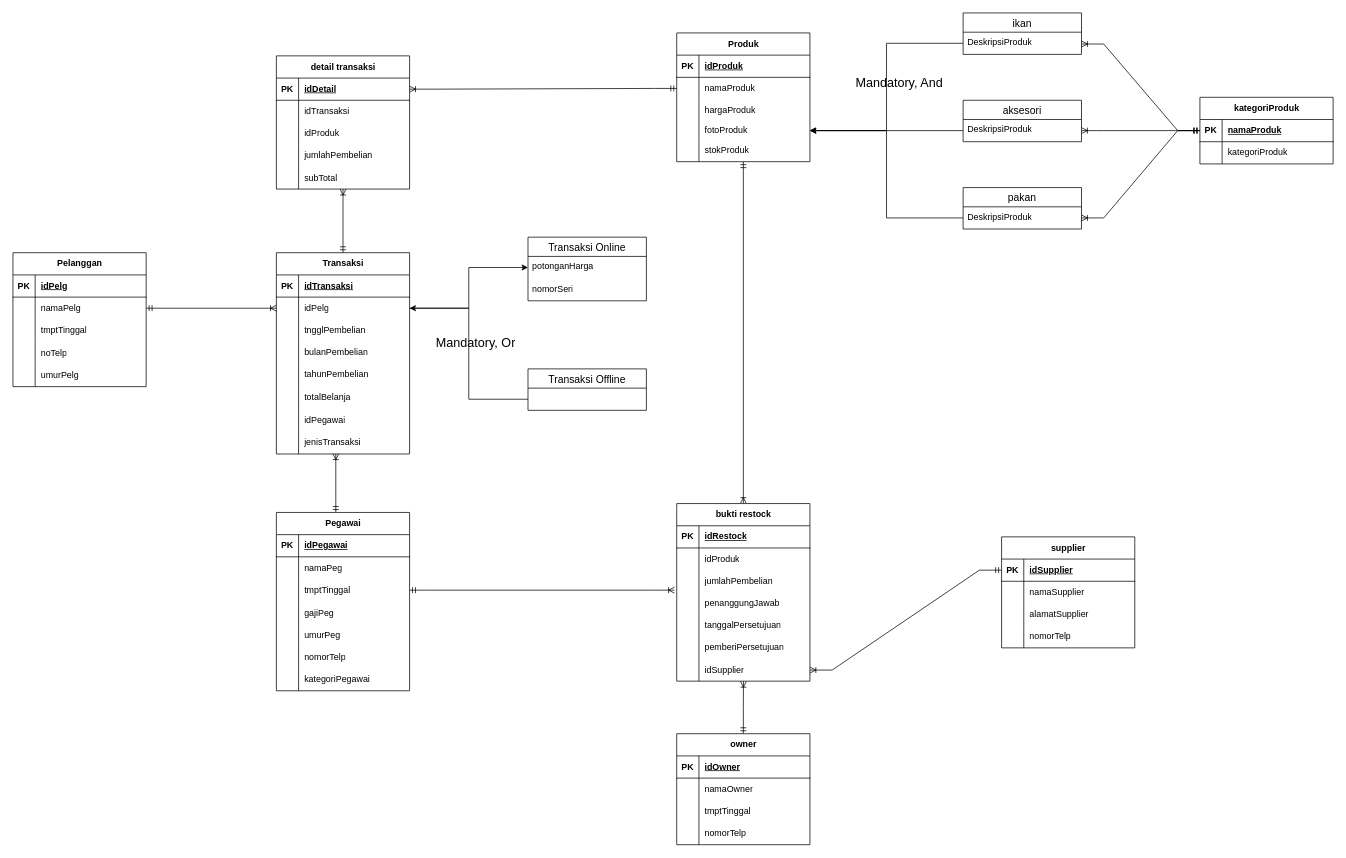
Earlier version of the draw.io diagram Diagram Tanpa Judul.drawio (shinoaaa/flowchartttz). Source tidied: cells renumbered, new cells numbered last; positions are measured from the earlier drawing's top-left corner, leaving out a move shared by most shapes. Both pictures are drawn from the tidied source at 74%, with x=0, y=0 at pixel (13, 13).
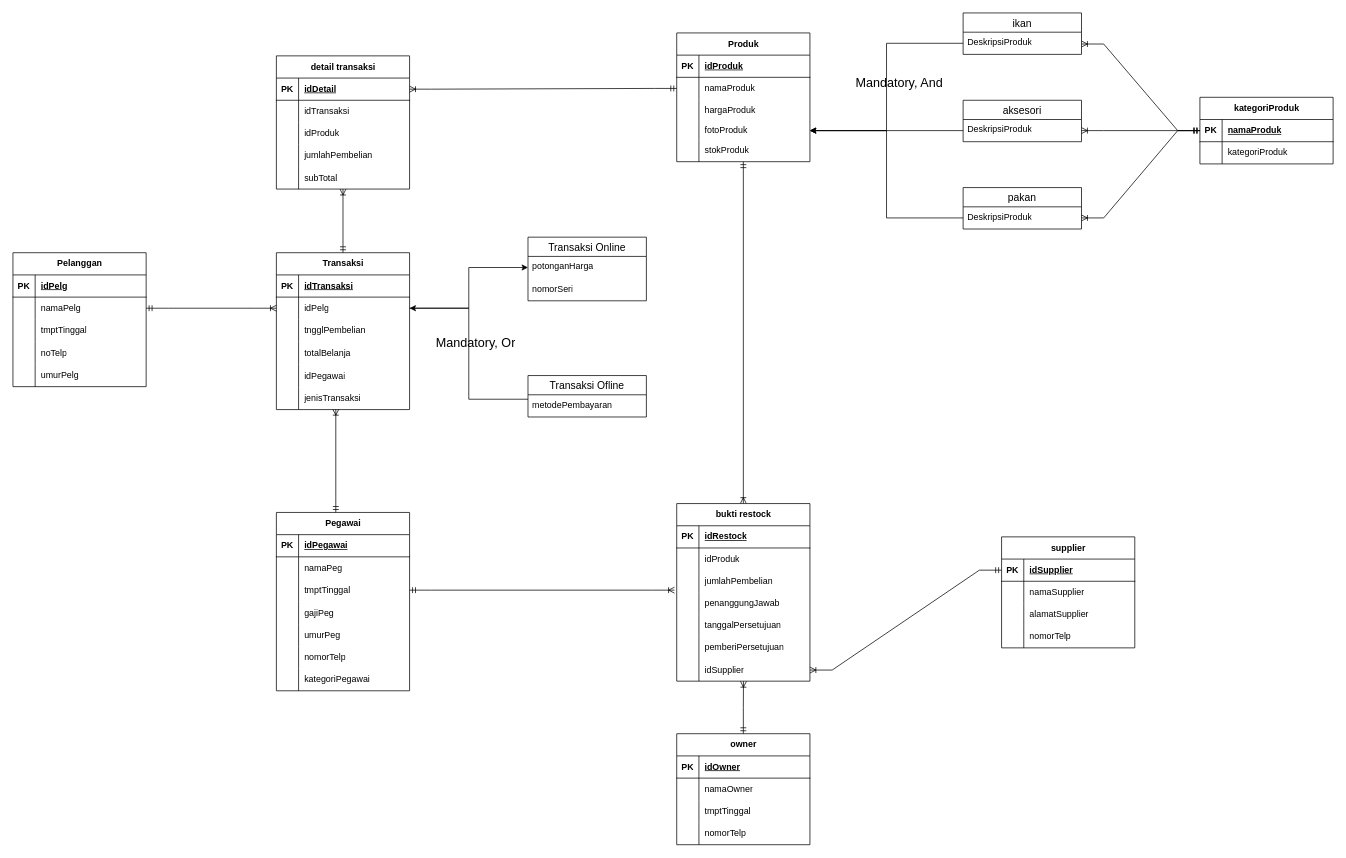
The same page after the edit.

The edit, as a diff of the source:
```diff
@@
     <mxCell id="18" value="Transaksi" style="shape=table;startSize=30;childLayout=tableLayout;rowLines=0;fontStyle=1;align=center;html=1;" parent="1" vertex="1">
-      <mxGeometry x="356" y="324" width="180" height="272" as="geometry" />
+      <mxGeometry x="356" y="324" width="180" height="212" as="geometry" />
     </mxCell>
@@
-    <mxCell id="28" style="shape=tableRow;horizontal=0;startSize=0;swimlaneHead=0;swimlaneBody=0;fillColor=none;top=0;left=0;right=0;bottom=0;" parent="18" vertex="1">
-      <mxGeometry y="120" width="180" height="30" as="geometry" />
-    </mxCell>
-    <mxCell id="29" style="shape=partialRectangle;fillColor=none;top=0;left=0;bottom=0;right=0;overflow=hidden;whiteSpace=wrap;html=1;" parent="28" vertex="1">
-      <mxGeometry width="30" height="30" as="geometry" />
-    </mxCell>
-    <mxCell id="30" value="bulanPembelian" style="shape=partialRectangle;fillColor=none;top=0;left=0;bottom=0;right=0;align=left;spacingLeft=6;overflow=hidden;whiteSpace=wrap;html=1;" parent="28" vertex="1">
-      <mxGeometry x="30" width="150" height="30" as="geometry" />
-    </mxCell>
-    <mxCell id="31" style="shape=tableRow;horizontal=0;startSize=0;swimlaneHead=0;swimlaneBody=0;fillColor=none;top=0;left=0;right=0;bottom=0;" parent="18" vertex="1">
-      <mxGeometry y="150" width="180" height="30" as="geometry" />
-    </mxCell>
-    <mxCell id="32" style="shape=partialRectangle;fillColor=none;top=0;left=0;bottom=0;right=0;overflow=hidden;whiteSpace=wrap;html=1;" parent="31" vertex="1">
-      <mxGeometry width="30" height="30" as="geometry" />
-    </mxCell>
-    <mxCell id="33" value="tahunPembelian" style="shape=partialRectangle;fillColor=none;top=0;left=0;bottom=0;right=0;align=left;spacingLeft=6;overflow=hidden;whiteSpace=wrap;html=1;" parent="31" vertex="1">
-      <mxGeometry x="30" width="150" height="30" as="geometry" />
-    </mxCell>
     <mxCell id="34" style="shape=tableRow;horizontal=0;startSize=0;swimlaneHead=0;swimlaneBody=0;fillColor=none;top=0;left=0;right=0;bottom=0;" parent="18" vertex="1">
-      <mxGeometry y="180" width="180" height="31" as="geometry" />
+      <mxGeometry y="120" width="180" height="31" as="geometry" />
     </mxCell>
@@
     <mxCell id="37" style="shape=tableRow;horizontal=0;startSize=0;swimlaneHead=0;swimlaneBody=0;fillColor=none;top=0;left=0;right=0;bottom=0;" parent="18" vertex="1">
-      <mxGeometry y="211" width="180" height="31" as="geometry" />
+      <mxGeometry y="151" width="180" height="31" as="geometry" />
     </mxCell>
@@
     <mxCell id="40" style="shape=tableRow;horizontal=0;startSize=0;swimlaneHead=0;swimlaneBody=0;fillColor=none;points=[[0,0.5],[1,0.5]];portConstraint=eastwest;top=0;left=0;right=0;bottom=0;" parent="18" vertex="1">
-      <mxGeometry y="242" width="180" height="30" as="geometry" />
+      <mxGeometry y="182" width="180" height="30" as="geometry" />
     </mxCell>
@@
-    <mxCell id="105" value="Transaksi Offline" style="swimlane;fontStyle=0;horizontal=1;startSize=26;align=center;fontSize=14;" parent="1" vertex="1">
-      <mxGeometry x="696" y="481" width="160" height="56" as="geometry" />
-    </mxCell>
@@
+    <mxCell id="182" value="Transaksi Ofline" style="swimlane;fontStyle=0;horizontal=1;startSize=26;align=center;fontSize=14;" parent="1" vertex="1">
+      <mxGeometry x="696" y="490" width="160" height="56" as="geometry" />
+    </mxCell>
+    <mxCell id="183" value="metodePembayaran" style="text;strokeColor=none;fillColor=none;spacingLeft=4;spacingRight=4;overflow=hidden;fontSize=12;whiteSpace=wrap;html=1;" parent="182" vertex="1">
+      <mxGeometry y="26" width="160" height="30" as="geometry" />
+    </mxCell>
```
